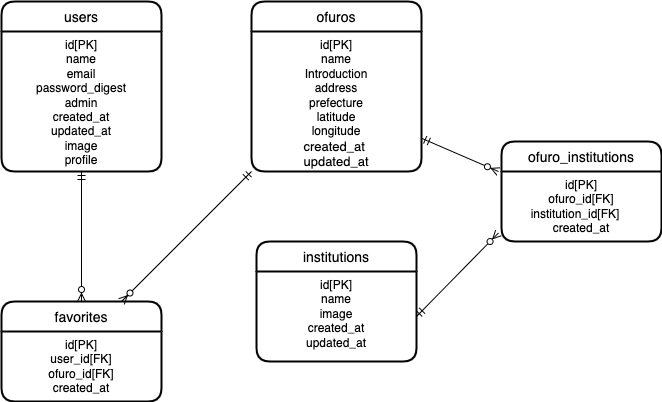
The draw.io diagram readme/er図.png in idesho/Oshisen_Kawasaki, before a commit. Source tidied: cells renumbered, new cells last; positions are measured from the earlier drawing's top-left corner, leaving out a move shared by most shapes.
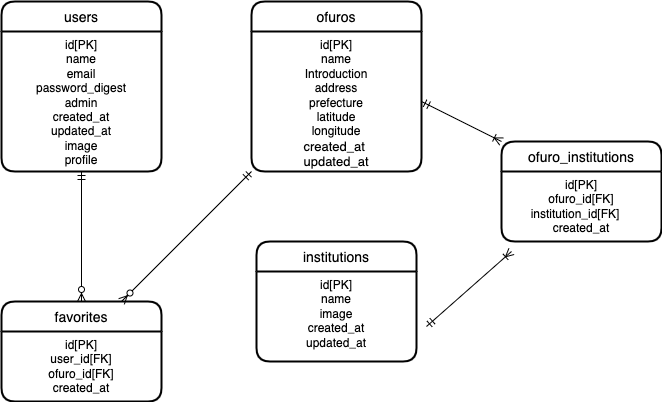
Above is the later version.

What changed in the source:
```diff
@@ -40,13 +40,14 @@
     <mxCell id="13" value="id[PK]&lt;br&gt;ofuro_id[FK]&lt;br&gt;institution_id[FK]　&lt;br&gt;created_at" style="text;whiteSpace=wrap;html=1;align=center;" parent="12" vertex="1">
       <mxGeometry y="30" width="160" height="70" as="geometry" />
     </mxCell>
-    <mxCell id="14" style="fontSize=12;html=1;endArrow=ERzeroToMany;startArrow=ERmandOne;rounded=0;entryX=-0.019;entryY=0.878;entryDx=0;entryDy=0;entryPerimeter=0;exitX=1;exitY=0.5;exitDx=0;exitDy=0;" parent="1" edge="1" source="9" target="13">
-      <mxGeometry relative="1" as="geometry" />
-    </mxCell>
-    <mxCell id="15" style="fontSize=12;html=1;endArrow=ERzeroToMany;startArrow=ERmandOne;rounded=0;entryX=-0.019;entryY=0.878;entryDx=0;entryDy=0;entryPerimeter=0;" parent="1" edge="1" source="5">
-      <mxGeometry relative="1" as="geometry">
-        <mxPoint x="497" y="170" as="targetPoint" />
-      </mxGeometry>
-    </mxCell>
+    <mxCell id="16" style="fontSize=12;html=1;endArrow=ERoneToMany;startArrow=ERmandOne;rounded=0;exitX=1;exitY=0.5;exitDx=0;exitDy=0;entryX=0;entryY=0;entryDx=0;entryDy=0;" parent="1" edge="1" source="5" target="12">
+      <mxGeometry relative="1" as="geometry" />
+    </mxCell>
+    <mxCell id="17" style="fontSize=12;html=1;endArrow=ERoneToMany;startArrow=ERmandOne;rounded=0;exitX=1;exitY=0.5;exitDx=0;exitDy=0;entryX=0;entryY=1;entryDx=0;entryDy=0;" parent="1" edge="1">
+      <mxGeometry relative="1" as="geometry">
+        <mxPoint x="425" y="325" as="sourcePoint" />
+        <mxPoint x="510" y="250" as="targetPoint" />
+      </mxGeometry>
+    </mxCell>
   </root>
 </mxGraphModel>
```
